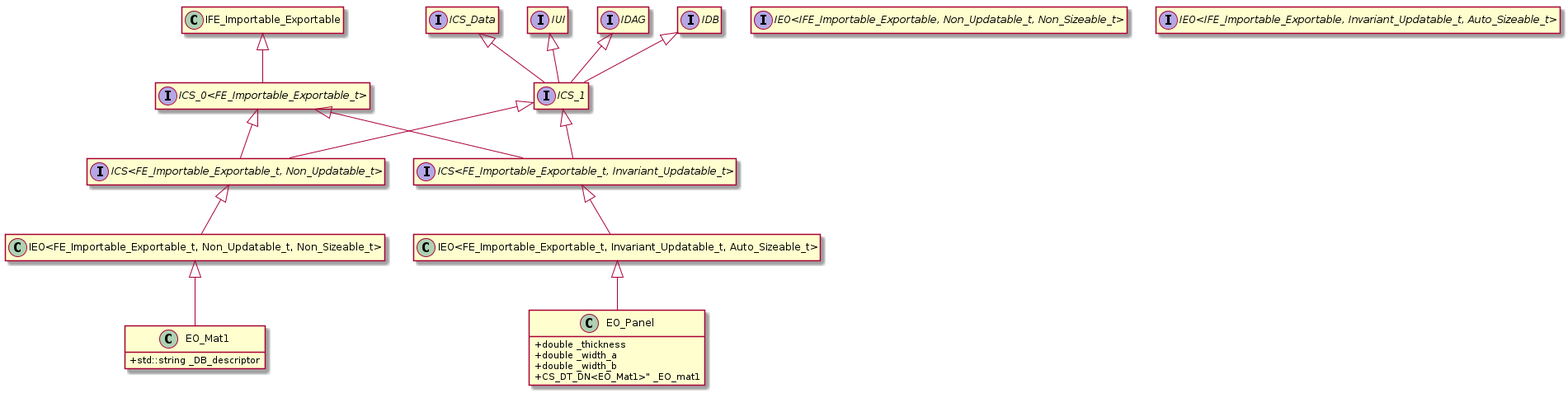
Before: uml/EO_Panel.png, a diagram exported from PlantUML (BarisAlbayrakIEEE/StructuralAnalysis). Its source is kept beside it as uml/EO_Panel.puml. The source it was exported from:
```plantuml
@startuml
hide empty members
skinparam classAttributeIconSize 0

interface IUI
interface IDAG
interface IDB
interface ICS_Data

interface "ICS_0<FE_Importable_Exportable_t>"
interface ICS_1

interface "ICS<FE_Importable_Exportable_t, Non_Updatable_t>"
interface "ICS<FE_Importable_Exportable_t, Invariant_Updatable_t>"

interface "IEO<IFE_Importable_Exportable, Non_Updatable_t, Non_Sizeable_t>"
interface "IEO<IFE_Importable_Exportable, Invariant_Updatable_t, Auto_Sizeable_t>"

IFE_Importable_Exportable <|-- "ICS_0<FE_Importable_Exportable_t>"

IUI <|-- ICS_1
IDAG <|-- ICS_1
IDB <|-- ICS_1
ICS_Data <|-- ICS_1

"ICS_0<FE_Importable_Exportable_t>" <|-- "ICS<FE_Importable_Exportable_t, Non_Updatable_t>"
"ICS_0<FE_Importable_Exportable_t>" <|-- "ICS<FE_Importable_Exportable_t, Invariant_Updatable_t>"

ICS_1 <|-- "ICS<FE_Importable_Exportable_t, Non_Updatable_t>"
ICS_1 <|-- "ICS<FE_Importable_Exportable_t, Invariant_Updatable_t>"

"ICS<FE_Importable_Exportable_t, Non_Updatable_t>" <|-- "IEO<FE_Importable_Exportable_t, Non_Updatable_t, Non_Sizeable_t>"
"ICS<FE_Importable_Exportable_t, Invariant_Updatable_t>" <|-- "IEO<FE_Importable_Exportable_t, Invariant_Updatable_t, Auto_Sizeable_t>"

class EO_Mat1 {
    +std::string _DB_descriptor
}

class EO_Panel {
    +double _thickness
    +double _width_a
    +double _width_b
    +CS_DT_DN<EO_Mat1>" _EO_mat1
}

"IEO<FE_Importable_Exportable_t, Non_Updatable_t, Non_Sizeable_t>" <|-- EO_Mat1
"IEO<FE_Importable_Exportable_t, Invariant_Updatable_t, Auto_Sizeable_t>" <|-- EO_Panel

@enduml
```
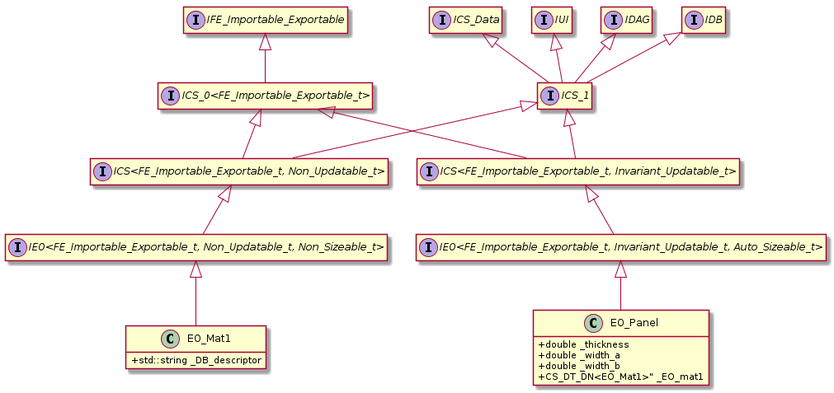
The same file after the commit.

The edit, as a diff of the source:
```diff
@@ -6,6 +6,7 @@
 interface IDAG
 interface IDB
 interface ICS_Data
+interface IFE_Importable_Exportable
 
 interface "ICS_0<FE_Importable_Exportable_t>"
 interface ICS_1
@@ -13,8 +14,8 @@
 interface "ICS<FE_Importable_Exportable_t, Non_Updatable_t>"
 interface "ICS<FE_Importable_Exportable_t, Invariant_Updatable_t>"
 
-interface "IEO<IFE_Importable_Exportable, Non_Updatable_t, Non_Sizeable_t>"
-interface "IEO<IFE_Importable_Exportable, Invariant_Updatable_t, Auto_Sizeable_t>"
+interface "IEO<FE_Importable_Exportable_t, Non_Updatable_t, Non_Sizeable_t>"
+interface "IEO<FE_Importable_Exportable_t, Invariant_Updatable_t, Auto_Sizeable_t>"
 
 IFE_Importable_Exportable <|-- "ICS_0<FE_Importable_Exportable_t>"
 
```
